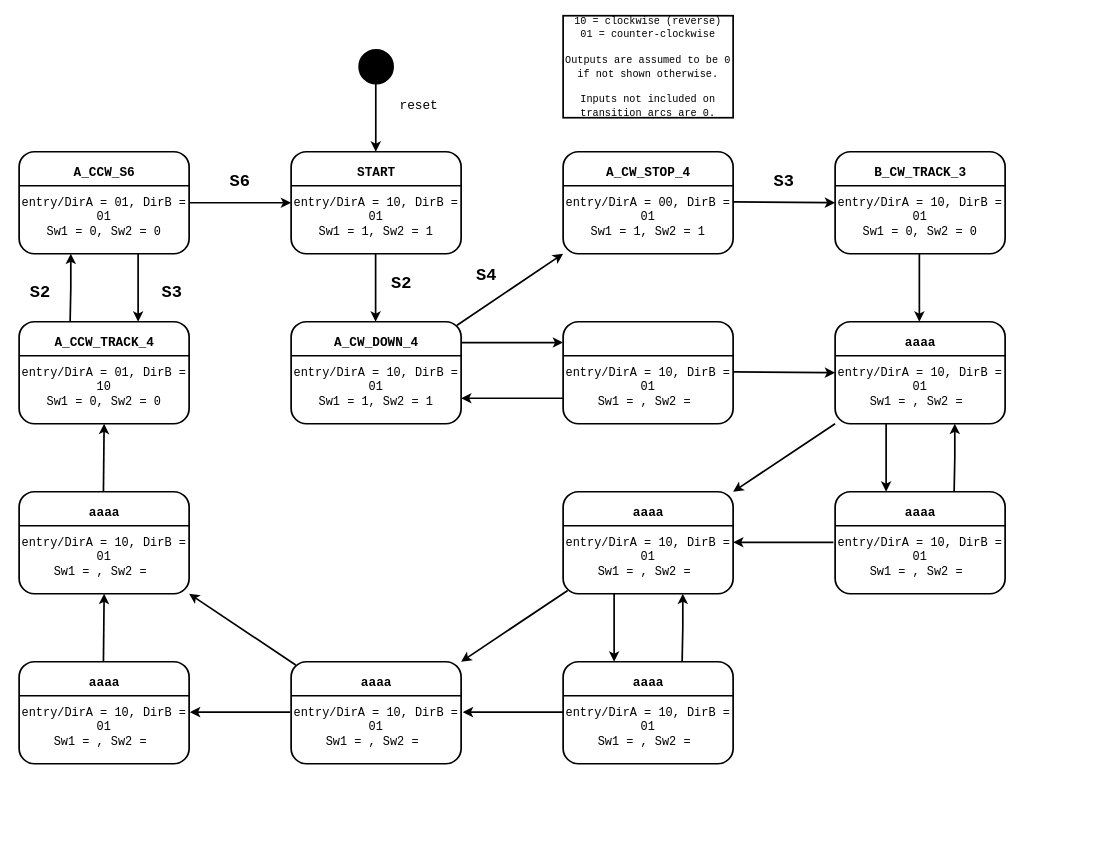
Above: page "Lab6PreLab" (4 of 4) of CS1301/Untitled Diagram.drawio in printjoshhere/CS1301 (draw.io), before the change. Source tidied: cells renumbered, new cells numbered last; positions are measured from the earlier drawing's top-left corner, leaving out a move shared by most shapes. Both pictures are drawn from the tidied source at 85%, with x=0, y=0 at pixel (14, 15).
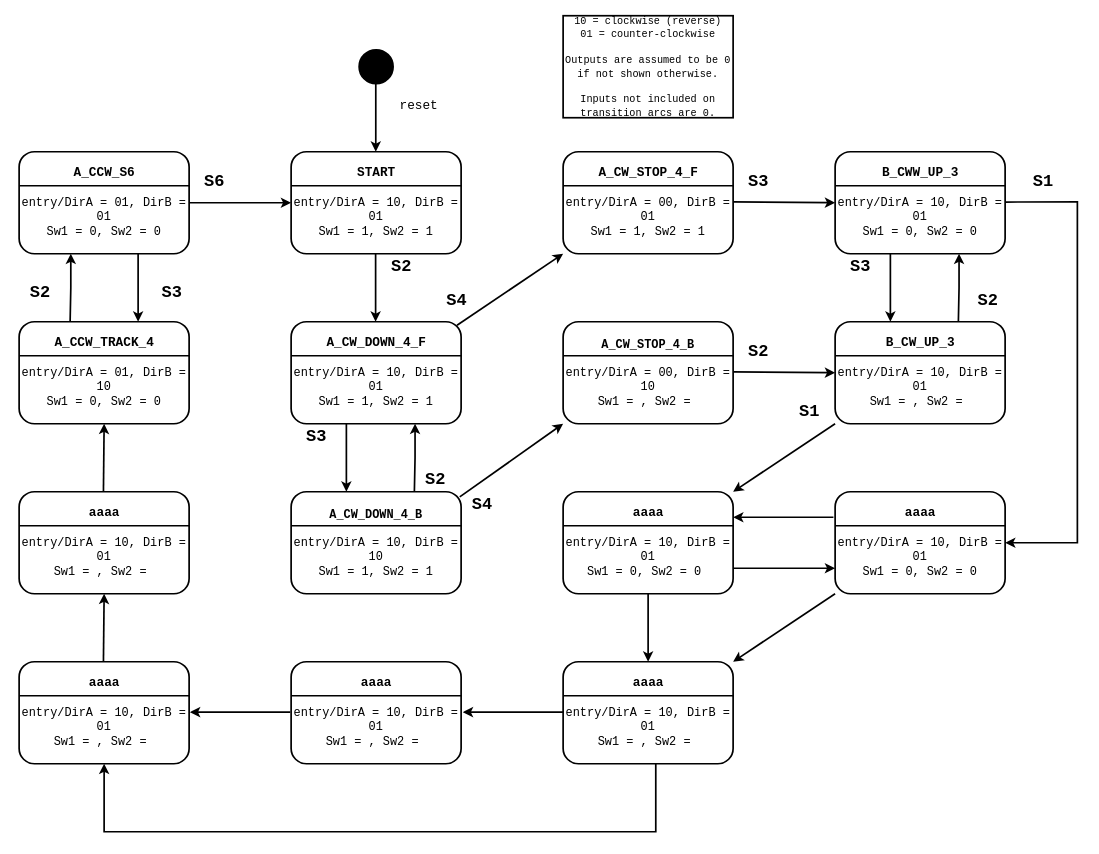
The same diagram, later.

The change refers to these unchanged cells:
```xml
<mxCell id="9" value="&lt;font style=&quot;font-size: 14px;&quot; face=&quot;consolas&quot;&gt;&lt;br&gt;&lt;br&gt;&lt;br&gt;&lt;font style=&quot;font-size: 14px;&quot;&gt;entry/DirA = 10, DirB = 01&lt;/font&gt;&lt;br&gt;&lt;font style=&quot;font-size: 14px;&quot;&gt;Sw1 = 1, Sw2 = 1&lt;/font&gt;&lt;br&gt;&lt;span style=&quot;&quot;&gt;&amp;nbsp;&lt;/span&gt;&lt;/font&gt;" style="rounded=1;whiteSpace=wrap;html=1;strokeWidth=2;" parent="1" vertex="1">
  <mxGeometry x="325" y="360" width="200" height="120" as="geometry" />
</mxCell>
<mxCell id="21" value="&lt;font style=&quot;font-size: 14px;&quot; face=&quot;consolas&quot;&gt;&lt;br&gt;&lt;br&gt;&lt;br&gt;&lt;font style=&quot;font-size: 14px;&quot;&gt;entry/DirA = 10, DirB = 01&lt;/font&gt;&lt;br&gt;&lt;font style=&quot;font-size: 14px;&quot;&gt;Sw1 = , Sw2 =&amp;nbsp;&lt;/font&gt;&lt;br&gt;&lt;span style=&quot;&quot;&gt;&amp;nbsp;&lt;/span&gt;&lt;/font&gt;" style="rounded=1;whiteSpace=wrap;html=1;strokeWidth=2;" parent="1" vertex="1">
  <mxGeometry x="5" y="560" width="200" height="120" as="geometry" />
</mxCell>
<mxCell id="24" value="&lt;font style=&quot;font-size: 14px;&quot; face=&quot;consolas&quot;&gt;&lt;br&gt;&lt;br&gt;&lt;br&gt;&lt;font style=&quot;font-size: 14px;&quot;&gt;entry/DirA = 10, DirB = 01&lt;/font&gt;&lt;br&gt;&lt;font style=&quot;font-size: 14px;&quot;&gt;Sw1 = , Sw2 =&amp;nbsp;&lt;/font&gt;&lt;br&gt;&lt;span style=&quot;&quot;&gt;&amp;nbsp;&lt;/span&gt;&lt;/font&gt;" style="rounded=1;whiteSpace=wrap;html=1;strokeWidth=2;" parent="1" vertex="1">
  <mxGeometry x="325" y="760" width="200" height="120" as="geometry" />
</mxCell>
<mxCell id="27" value="&lt;font style=&quot;font-size: 14px;&quot; face=&quot;consolas&quot;&gt;&lt;br&gt;&lt;br&gt;&lt;br&gt;&lt;font style=&quot;font-size: 14px;&quot;&gt;entry/DirA = 10, DirB = 01&lt;/font&gt;&lt;br&gt;&lt;font style=&quot;font-size: 14px;&quot;&gt;Sw1 = , Sw2 =&amp;nbsp;&lt;/font&gt;&lt;br&gt;&lt;span style=&quot;&quot;&gt;&amp;nbsp;&lt;/span&gt;&lt;/font&gt;" style="rounded=1;whiteSpace=wrap;html=1;strokeWidth=2;" parent="1" vertex="1">
  <mxGeometry x="645" y="760" width="200" height="120" as="geometry" />
</mxCell>
<mxCell id="30" value="&lt;font style=&quot;font-size: 14px;&quot; face=&quot;consolas&quot;&gt;&lt;br&gt;&lt;br&gt;&lt;br&gt;&lt;font style=&quot;font-size: 14px;&quot;&gt;entry/DirA = 10, DirB = 01&lt;/font&gt;&lt;br&gt;&lt;font style=&quot;font-size: 14px;&quot;&gt;Sw1 = , Sw2 =&amp;nbsp;&lt;/font&gt;&lt;br&gt;&lt;span style=&quot;&quot;&gt;&amp;nbsp;&lt;/span&gt;&lt;/font&gt;" style="rounded=1;whiteSpace=wrap;html=1;strokeWidth=2;" parent="1" vertex="1">
  <mxGeometry x="5" y="760" width="200" height="120" as="geometry" />
</mxCell>
```

Change to the diagram source:
```diff
@@
-    <mxCell id="11" value="&lt;font size=&quot;1&quot; face=&quot;consolas&quot;&gt;&lt;b style=&quot;font-size: 15px;&quot;&gt;A_CW_DOWN_4&lt;/b&gt;&lt;/font&gt;" style="text;html=1;align=center;verticalAlign=middle;strokeColor=none;fillColor=none;fontSize=14;" parent="1" vertex="1">
-      <mxGeometry x="370" y="370" width="110" height="30" as="geometry" />
+    <mxCell id="11" value="&lt;font size=&quot;1&quot; face=&quot;consolas&quot;&gt;&lt;b style=&quot;font-size: 15px;&quot;&gt;A_CW_DOWN_4_F&lt;/b&gt;&lt;/font&gt;" style="text;html=1;align=center;verticalAlign=middle;strokeColor=none;fillColor=none;fontSize=14;" parent="1" vertex="1">
+      <mxGeometry x="360" y="370" width="130" height="30" as="geometry" />
     </mxCell>
-    <mxCell id="12" value="&lt;font style=&quot;font-size: 14px;&quot; face=&quot;consolas&quot;&gt;&lt;br&gt;&lt;br&gt;&lt;br&gt;&lt;font style=&quot;font-size: 14px;&quot;&gt;entry/DirA = 10, DirB = 01&lt;/font&gt;&lt;br&gt;&lt;font style=&quot;font-size: 14px;&quot;&gt;Sw1 = , Sw2 =&amp;nbsp;&lt;/font&gt;&lt;br&gt;&lt;span style=&quot;&quot;&gt;&amp;nbsp;&lt;/span&gt;&lt;/font&gt;" style="rounded=1;whiteSpace=wrap;html=1;strokeWidth=2;" parent="1" vertex="1">
-      <mxGeometry x="645" y="360" width="200" height="120" as="geometry" />
+    <mxCell id="12" value="&lt;font style=&quot;font-size: 14px;&quot; face=&quot;consolas&quot;&gt;&lt;br&gt;&lt;b&gt;A_CW_DOWN_4_B&lt;/b&gt;&lt;br&gt;&lt;br&gt;&lt;font style=&quot;font-size: 14px;&quot;&gt;entry/DirA = 10, DirB = 10&lt;/font&gt;&lt;br&gt;&lt;font style=&quot;font-size: 14px;&quot;&gt;Sw1 = 1, Sw2 = 1&lt;/font&gt;&lt;br&gt;&lt;span style=&quot;&quot;&gt;&amp;nbsp;&lt;/span&gt;&lt;/font&gt;" style="rounded=1;whiteSpace=wrap;html=1;strokeWidth=2;" parent="1" vertex="1">
+      <mxGeometry x="325" y="560" width="200" height="120" as="geometry" />
     </mxCell>
     <mxCell id="13" style="endArrow=none;html=1;rounded=0;exitX=0;exitY=0.5;exitDx=0;exitDy=0;strokeWidth=2;" parent="1" edge="1">
       <mxGeometry relative="1" as="geometry">
-        <mxPoint x="645" y="400" as="sourcePoint" />
-        <mxPoint x="845" y="400" as="targetPoint" />
+        <mxPoint x="325" y="600" as="sourcePoint" />
+        <mxPoint x="525" y="600" as="targetPoint" />
       </mxGeometry>
     </mxCell>
@@
-    <mxCell id="18" value="&lt;font style=&quot;font-size: 14px;&quot; face=&quot;consolas&quot;&gt;&lt;br&gt;&lt;br&gt;&lt;br&gt;&lt;font style=&quot;font-size: 14px;&quot;&gt;entry/DirA = 10, DirB = 01&lt;/font&gt;&lt;br&gt;&lt;font style=&quot;font-size: 14px;&quot;&gt;Sw1 = , Sw2 =&amp;nbsp;&lt;/font&gt;&lt;br&gt;&lt;span style=&quot;&quot;&gt;&amp;nbsp;&lt;/span&gt;&lt;/font&gt;" style="rounded=1;whiteSpace=wrap;html=1;strokeWidth=2;" parent="1" vertex="1">
+    <mxCell id="18" value="&lt;font style=&quot;font-size: 14px;&quot; face=&quot;consolas&quot;&gt;&lt;br&gt;&lt;br&gt;&lt;br&gt;&lt;font style=&quot;font-size: 14px;&quot;&gt;entry/DirA = 10, DirB = 01&lt;/font&gt;&lt;br&gt;&lt;font style=&quot;font-size: 14px;&quot;&gt;Sw1 = 0, Sw2 = 0&amp;nbsp;&lt;/font&gt;&lt;br&gt;&lt;span style=&quot;&quot;&gt;&amp;nbsp;&lt;/span&gt;&lt;/font&gt;" style="rounded=1;whiteSpace=wrap;html=1;strokeWidth=2;" parent="1" vertex="1">
       <mxGeometry x="645" y="560" width="200" height="120" as="geometry" />
     </mxCell>
@@
-    <mxCell id="35" value="&lt;font size=&quot;1&quot; face=&quot;consolas&quot;&gt;&lt;b style=&quot;font-size: 15px;&quot;&gt;A_CW_STOP_4&lt;/b&gt;&lt;/font&gt;" style="text;html=1;align=center;verticalAlign=middle;strokeColor=none;fillColor=none;fontSize=14;" parent="1" vertex="1">
-      <mxGeometry x="690" y="170" width="110" height="30" as="geometry" />
+    <mxCell id="35" value="&lt;font size=&quot;1&quot; face=&quot;consolas&quot;&gt;&lt;b style=&quot;font-size: 15px;&quot;&gt;A_CW_STOP_4_F&lt;/b&gt;&lt;/font&gt;" style="text;html=1;align=center;verticalAlign=middle;strokeColor=none;fillColor=none;fontSize=14;" parent="1" vertex="1">
+      <mxGeometry x="680" y="170" width="130" height="30" as="geometry" />
     </mxCell>
@@
     <mxCell id="40" value="&lt;font style=&quot;font-size: 20px;&quot; face=&quot;consolas&quot;&gt;&lt;b&gt;S2&lt;/b&gt;&lt;/font&gt;" style="text;html=1;strokeColor=none;fillColor=none;align=center;verticalAlign=middle;whiteSpace=wrap;rounded=0;" parent="1" vertex="1">
-      <mxGeometry x="425" y="300" width="60" height="30" as="geometry" />
+      <mxGeometry x="425" y="280" width="60" height="30" as="geometry" />
     </mxCell>
@@
     <mxCell id="42" value="&lt;font style=&quot;font-size: 20px;&quot; face=&quot;consolas&quot;&gt;&lt;b&gt;S6&lt;/b&gt;&lt;/font&gt;" style="text;html=1;strokeColor=none;fillColor=none;align=center;verticalAlign=middle;whiteSpace=wrap;rounded=0;" parent="1" vertex="1">
-      <mxGeometry x="235" y="180" width="60" height="30" as="geometry" />
+      <mxGeometry x="205" y="180" width="60" height="30" as="geometry" />
     </mxCell>
@@
-    <mxCell id="50" style="endArrow=classic;html=1;rounded=0;strokeWidth=2;fontSize=15;entryX=1;entryY=1;entryDx=0;entryDy=0;exitX=0.027;exitY=0.032;exitDx=0;exitDy=0;exitPerimeter=0;" parent="1" edge="1" source="24" target="21">
-      <mxGeometry relative="1" as="geometry" />
-    </mxCell>
-    <mxCell id="51" style="endArrow=classic;html=1;rounded=0;strokeWidth=2;fontSize=15;exitX=0.027;exitY=0.968;exitDx=0;exitDy=0;entryX=1;entryY=0;entryDx=0;entryDy=0;exitPerimeter=0;" parent="1" edge="1" source="18" target="24">
-      <mxGeometry relative="1" as="geometry" />
-    </mxCell>
@@
-    <mxCell id="53" style="endArrow=classic;html=1;rounded=0;strokeWidth=2;fontSize=15;" parent="1" edge="1">
-      <mxGeometry relative="1" as="geometry">
-        <mxPoint x="705" y="680" as="sourcePoint" />
-        <mxPoint x="705" y="760" as="targetPoint" />
-      </mxGeometry>
-    </mxCell>
-    <mxCell id="54" style="endArrow=classic;html=1;rounded=0;strokeWidth=2;fontSize=15;entryX=0.5;entryY=1;entryDx=0;entryDy=0;" parent="1" edge="1">
-      <mxGeometry relative="1" as="geometry">
-        <mxPoint x="785" y="760" as="sourcePoint" />
-        <mxPoint x="785.8" y="680" as="targetPoint" />
-        <Array as="points">
-          <mxPoint x="785.8" y="720" />
-        </Array>
-      </mxGeometry>
-    </mxCell>
@@
-    <mxCell id="57" value="&lt;font size=&quot;1&quot; face=&quot;consolas&quot;&gt;&lt;b style=&quot;font-size: 15px;&quot;&gt;aaaa&lt;/b&gt;&lt;/font&gt;" style="text;html=1;align=center;verticalAlign=middle;strokeColor=none;fillColor=none;fontSize=14;" parent="1" vertex="1">
-      <mxGeometry x="1035" y="370" width="60" height="30" as="geometry" />
+    <mxCell id="57" value="&lt;font size=&quot;1&quot; face=&quot;consolas&quot;&gt;&lt;b style=&quot;font-size: 15px;&quot;&gt;B_CW_UP_3&lt;/b&gt;&lt;/font&gt;" style="text;html=1;align=center;verticalAlign=middle;strokeColor=none;fillColor=none;fontSize=14;" parent="1" vertex="1">
+      <mxGeometry x="1015" y="370" width="100" height="30" as="geometry" />
     </mxCell>
@@
-    <mxCell id="60" value="&lt;font size=&quot;1&quot; face=&quot;consolas&quot;&gt;&lt;b style=&quot;font-size: 15px;&quot;&gt;B_CW_TRACK_3&lt;/b&gt;&lt;/font&gt;" style="text;html=1;align=center;verticalAlign=middle;strokeColor=none;fillColor=none;fontSize=14;" parent="1" vertex="1">
-      <mxGeometry x="1005" y="170" width="120" height="30" as="geometry" />
+    <mxCell id="60" value="&lt;font size=&quot;1&quot; face=&quot;consolas&quot;&gt;&lt;b style=&quot;font-size: 15px;&quot;&gt;B_CWW_UP_3&lt;/b&gt;&lt;/font&gt;" style="text;html=1;align=center;verticalAlign=middle;strokeColor=none;fillColor=none;fontSize=14;" parent="1" vertex="1">
+      <mxGeometry x="1010" y="170" width="110" height="30" as="geometry" />
     </mxCell>
-    <mxCell id="61" style="endArrow=classic;html=1;rounded=0;strokeWidth=2;fontSize=15;entryX=0;entryY=0.5;entryDx=0;entryDy=0;exitX=1;exitY=0.5;exitDx=0;exitDy=0;" parent="1" edge="1">
-      <mxGeometry relative="1" as="geometry">
-        <mxPoint x="525" y="384.5" as="sourcePoint" />
-        <mxPoint x="645" y="384.5" as="targetPoint" />
-      </mxGeometry>
-    </mxCell>
-    <mxCell id="62" style="endArrow=classic;html=1;rounded=0;strokeWidth=2;fontSize=15;entryX=1;entryY=0.75;entryDx=0;entryDy=0;exitX=1;exitY=0.5;exitDx=0;exitDy=0;" parent="1" edge="1" target="9">
-      <mxGeometry relative="1" as="geometry">
-        <mxPoint x="645" y="450" as="sourcePoint" />
-      </mxGeometry>
-    </mxCell>
-    <mxCell id="63" value="&lt;font style=&quot;font-size: 14px;&quot; face=&quot;consolas&quot;&gt;&lt;br&gt;&lt;br&gt;&lt;br&gt;&lt;font style=&quot;font-size: 14px;&quot;&gt;entry/DirA = 10, DirB = 01&lt;/font&gt;&lt;br&gt;&lt;font style=&quot;font-size: 14px;&quot;&gt;Sw1 = , Sw2 =&amp;nbsp;&lt;/font&gt;&lt;br&gt;&lt;span style=&quot;&quot;&gt;&amp;nbsp;&lt;/span&gt;&lt;/font&gt;" style="rounded=1;whiteSpace=wrap;html=1;strokeWidth=2;" parent="1" vertex="1">
+    <mxCell id="63" value="&lt;font style=&quot;font-size: 14px;&quot; face=&quot;consolas&quot;&gt;&lt;br&gt;&lt;br&gt;&lt;br&gt;&lt;font style=&quot;font-size: 14px;&quot;&gt;entry/DirA = 10, DirB = 01&lt;/font&gt;&lt;br&gt;&lt;font style=&quot;font-size: 14px;&quot;&gt;Sw1 = 0, Sw2 = 0&lt;/font&gt;&lt;br&gt;&lt;span style=&quot;&quot;&gt;&amp;nbsp;&lt;/span&gt;&lt;/font&gt;" style="rounded=1;whiteSpace=wrap;html=1;strokeWidth=2;" parent="1" vertex="1">
       <mxGeometry x="965" y="560" width="200" height="120" as="geometry" />
     </mxCell>
@@
     <mxCell id="67" style="endArrow=classic;html=1;rounded=0;strokeWidth=2;fontSize=15;entryX=1;entryY=0.5;entryDx=0;entryDy=0;" parent="1" edge="1">
       <mxGeometry relative="1" as="geometry">
-        <mxPoint x="963" y="619.5" as="sourcePoint" />
-        <mxPoint x="845" y="619.5" as="targetPoint" />
+        <mxPoint x="963" y="590" as="sourcePoint" />
+        <mxPoint x="845" y="590" as="targetPoint" />
       </mxGeometry>
     </mxCell>
-    <mxCell id="68" style="endArrow=classic;html=1;rounded=0;strokeWidth=2;fontSize=15;" parent="1" edge="1">
-      <mxGeometry relative="1" as="geometry">
-        <mxPoint x="1025" y="480" as="sourcePoint" />
-        <mxPoint x="1025" y="560" as="targetPoint" />
-      </mxGeometry>
-    </mxCell>
-    <mxCell id="69" style="endArrow=classic;html=1;rounded=0;strokeWidth=2;fontSize=15;entryX=0.5;entryY=1;entryDx=0;entryDy=0;" parent="1" edge="1">
-      <mxGeometry relative="1" as="geometry">
-        <mxPoint x="1105" y="560" as="sourcePoint" />
-        <mxPoint x="1105.8" y="480" as="targetPoint" />
-        <Array as="points">
-          <mxPoint x="1105.8" y="520" />
-        </Array>
-      </mxGeometry>
-    </mxCell>
@@
-    <mxCell id="71" style="endArrow=classic;html=1;rounded=0;strokeWidth=2;fontSize=15;" parent="1" edge="1">
-      <mxGeometry relative="1" as="geometry">
-        <mxPoint x="1064.1" y="280" as="sourcePoint" />
-        <mxPoint x="1064.1" y="360" as="targetPoint" />
-      </mxGeometry>
-    </mxCell>
@@
     <mxCell id="74" value="&lt;font style=&quot;font-size: 20px;&quot; face=&quot;consolas&quot;&gt;&lt;b&gt;S4&lt;/b&gt;&lt;/font&gt;" style="text;html=1;strokeColor=none;fillColor=none;align=center;verticalAlign=middle;whiteSpace=wrap;rounded=0;" parent="1" vertex="1">
-      <mxGeometry x="525" y="290" width="60" height="30" as="geometry" />
+      <mxGeometry x="490" y="320" width="60" height="30" as="geometry" />
     </mxCell>
     <mxCell id="75" value="&lt;font style=&quot;font-size: 20px;&quot; face=&quot;consolas&quot;&gt;&lt;b&gt;S3&lt;/b&gt;&lt;/font&gt;" style="text;html=1;strokeColor=none;fillColor=none;align=center;verticalAlign=middle;whiteSpace=wrap;rounded=0;" parent="1" vertex="1">
-      <mxGeometry x="875" y="180" width="60" height="30" as="geometry" />
+      <mxGeometry x="845" y="180" width="60" height="30" as="geometry" />
     </mxCell>
+    <mxCell id="76" value="&lt;font style=&quot;font-size: 14px;&quot; face=&quot;consolas&quot;&gt;&lt;br&gt;&lt;b&gt;A_CW_STOP_4_B&lt;/b&gt;&lt;br&gt;&lt;br&gt;&lt;font style=&quot;font-size: 14px;&quot;&gt;entry/DirA = 00, DirB = 10&lt;/font&gt;&lt;br&gt;&lt;font style=&quot;font-size: 14px;&quot;&gt;Sw1 = , Sw2 =&amp;nbsp;&lt;/font&gt;&lt;br&gt;&lt;span style=&quot;&quot;&gt;&amp;nbsp;&lt;/span&gt;&lt;/font&gt;" style="rounded=1;whiteSpace=wrap;html=1;strokeWidth=2;" parent="1" vertex="1">
+      <mxGeometry x="645" y="360" width="200" height="120" as="geometry" />
+    </mxCell>
+    <mxCell id="77" style="endArrow=none;html=1;rounded=0;exitX=0;exitY=0.5;exitDx=0;exitDy=0;strokeWidth=2;" parent="1" edge="1">
+      <mxGeometry relative="1" as="geometry">
+        <mxPoint x="645" y="400" as="sourcePoint" />
+        <mxPoint x="845" y="400" as="targetPoint" />
+      </mxGeometry>
+    </mxCell>
+    <mxCell id="78" style="endArrow=classic;html=1;rounded=0;strokeWidth=2;fontSize=15;exitX=0.992;exitY=0.051;exitDx=0;exitDy=0;exitPerimeter=0;entryX=0;entryY=1;entryDx=0;entryDy=0;" parent="1" edge="1" source="12" target="76">
+      <mxGeometry relative="1" as="geometry" />
+    </mxCell>
+    <mxCell id="79" style="endArrow=classic;html=1;rounded=0;strokeWidth=2;fontSize=15;" parent="1" edge="1">
+      <mxGeometry relative="1" as="geometry">
+        <mxPoint x="390" y="480" as="sourcePoint" />
+        <mxPoint x="390" y="560" as="targetPoint" />
+      </mxGeometry>
+    </mxCell>
+    <mxCell id="80" style="endArrow=classic;html=1;rounded=0;strokeWidth=2;fontSize=15;entryX=0.5;entryY=1;entryDx=0;entryDy=0;" parent="1" edge="1">
+      <mxGeometry relative="1" as="geometry">
+        <mxPoint x="470" y="560" as="sourcePoint" />
+        <mxPoint x="470.8" y="480" as="targetPoint" />
+        <Array as="points">
+          <mxPoint x="470.8" y="520" />
+        </Array>
+      </mxGeometry>
+    </mxCell>
+    <mxCell id="81" value="&lt;font style=&quot;font-size: 20px;&quot; face=&quot;consolas&quot;&gt;&lt;b&gt;S2&lt;/b&gt;&lt;/font&gt;" style="text;html=1;strokeColor=none;fillColor=none;align=center;verticalAlign=middle;whiteSpace=wrap;rounded=0;" parent="1" vertex="1">
+      <mxGeometry x="465" y="530" width="60" height="30" as="geometry" />
+    </mxCell>
+    <mxCell id="82" value="&lt;font style=&quot;font-size: 20px;&quot; face=&quot;consolas&quot;&gt;&lt;b&gt;S3&lt;/b&gt;&lt;/font&gt;" style="text;html=1;strokeColor=none;fillColor=none;align=center;verticalAlign=middle;whiteSpace=wrap;rounded=0;" parent="1" vertex="1">
+      <mxGeometry x="325" y="480" width="60" height="30" as="geometry" />
+    </mxCell>
+    <mxCell id="83" value="&lt;font style=&quot;font-size: 20px;&quot; face=&quot;consolas&quot;&gt;&lt;b&gt;S2&lt;/b&gt;&lt;/font&gt;" style="text;html=1;strokeColor=none;fillColor=none;align=center;verticalAlign=middle;whiteSpace=wrap;rounded=0;" parent="1" vertex="1">
+      <mxGeometry x="845" y="380" width="60" height="30" as="geometry" />
+    </mxCell>
+    <mxCell id="84" style="endArrow=classic;html=1;rounded=0;strokeWidth=2;fontSize=15;" parent="1" edge="1">
+      <mxGeometry relative="1" as="geometry">
+        <mxPoint x="1030" y="280" as="sourcePoint" />
+        <mxPoint x="1030" y="360" as="targetPoint" />
+      </mxGeometry>
+    </mxCell>
+    <mxCell id="85" style="endArrow=classic;html=1;rounded=0;strokeWidth=2;fontSize=15;entryX=0.5;entryY=1;entryDx=0;entryDy=0;" parent="1" edge="1">
+      <mxGeometry relative="1" as="geometry">
+        <mxPoint x="1110" y="360" as="sourcePoint" />
+        <mxPoint x="1110.8" y="280" as="targetPoint" />
+        <Array as="points">
+          <mxPoint x="1110.8" y="320" />
+        </Array>
+      </mxGeometry>
+    </mxCell>
+    <mxCell id="86" value="&lt;font style=&quot;font-size: 20px;&quot; face=&quot;consolas&quot;&gt;&lt;b&gt;S4&lt;/b&gt;&lt;/font&gt;" style="text;html=1;strokeColor=none;fillColor=none;align=center;verticalAlign=middle;whiteSpace=wrap;rounded=0;" parent="1" vertex="1">
+      <mxGeometry x="520" y="560" width="60" height="30" as="geometry" />
+    </mxCell>
+    <mxCell id="87" value="&lt;font style=&quot;font-size: 20px;&quot; face=&quot;consolas&quot;&gt;&lt;b&gt;S2&lt;/b&gt;&lt;/font&gt;" style="text;html=1;strokeColor=none;fillColor=none;align=center;verticalAlign=middle;whiteSpace=wrap;rounded=0;" parent="1" vertex="1">
+      <mxGeometry x="1115" y="320" width="60" height="30" as="geometry" />
+    </mxCell>
+    <mxCell id="88" value="&lt;font style=&quot;font-size: 20px;&quot; face=&quot;consolas&quot;&gt;&lt;b&gt;S3&lt;/b&gt;&lt;/font&gt;" style="text;html=1;strokeColor=none;fillColor=none;align=center;verticalAlign=middle;whiteSpace=wrap;rounded=0;" parent="1" vertex="1">
+      <mxGeometry x="965" y="280" width="60" height="30" as="geometry" />
+    </mxCell>
+    <mxCell id="89" value="&lt;font style=&quot;font-size: 20px;&quot; face=&quot;consolas&quot;&gt;&lt;b&gt;S1&lt;/b&gt;&lt;/font&gt;" style="text;html=1;strokeColor=none;fillColor=none;align=center;verticalAlign=middle;whiteSpace=wrap;rounded=0;" parent="1" vertex="1">
+      <mxGeometry x="905" y="450" width="60" height="30" as="geometry" />
+    </mxCell>
+    <mxCell id="90" style="endArrow=classic;html=1;rounded=0;strokeWidth=2;fontSize=15;entryX=1;entryY=0.5;entryDx=0;entryDy=0;" parent="1" edge="1" target="63">
+      <mxGeometry relative="1" as="geometry">
+        <mxPoint x="1165" y="219.2" as="sourcePoint" />
+        <Array as="points">
+          <mxPoint x="1250" y="219" />
+          <mxPoint x="1250" y="620" />
+        </Array>
+      </mxGeometry>
+    </mxCell>
+    <mxCell id="91" value="&lt;font style=&quot;font-size: 20px;&quot; face=&quot;consolas&quot;&gt;&lt;b&gt;S1&lt;/b&gt;&lt;/font&gt;" style="text;html=1;strokeColor=none;fillColor=none;align=center;verticalAlign=middle;whiteSpace=wrap;rounded=0;" parent="1" vertex="1">
+      <mxGeometry x="1180" y="180" width="60" height="30" as="geometry" />
+    </mxCell>
+    <mxCell id="92" style="endArrow=classic;html=1;rounded=0;strokeWidth=2;fontSize=15;entryX=0;entryY=0.75;entryDx=0;entryDy=0;" parent="1" edge="1" target="63">
+      <mxGeometry relative="1" as="geometry">
+        <mxPoint x="845" y="650" as="sourcePoint" />
+      </mxGeometry>
+    </mxCell>
+    <mxCell id="93" style="endArrow=classic;html=1;rounded=0;strokeWidth=2;fontSize=15;entryX=0.5;entryY=0;entryDx=0;entryDy=0;exitX=0.5;exitY=1;exitDx=0;exitDy=0;" parent="1" edge="1" source="18" target="27">
+      <mxGeometry relative="1" as="geometry" />
+    </mxCell>
+    <mxCell id="94" style="endArrow=classic;html=1;rounded=0;strokeWidth=2;fontSize=15;entryX=1;entryY=0;entryDx=0;entryDy=0;exitX=0;exitY=1;exitDx=0;exitDy=0;" parent="1" edge="1" source="63" target="27">
+      <mxGeometry relative="1" as="geometry" />
+    </mxCell>
+    <mxCell id="95" style="endArrow=classic;html=1;rounded=0;strokeWidth=2;fontSize=15;entryX=0.5;entryY=1;entryDx=0;entryDy=0;" parent="1" edge="1" target="30">
+      <mxGeometry relative="1" as="geometry">
+        <mxPoint x="754" y="880" as="sourcePoint" />
+        <Array as="points">
+          <mxPoint x="754" y="960" />
+          <mxPoint x="105" y="960" />
+        </Array>
+      </mxGeometry>
+    </mxCell>
```
